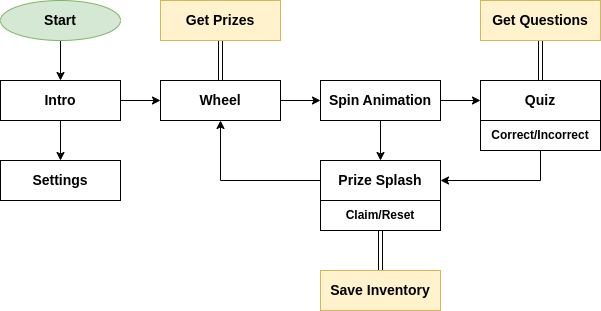
amusnet-wheel/amusnet-wheel.github.io keeps this draw.io diagram as prize-wheel.drawio.png. Above is the earlier version. Source tidied: cells renumbered, new cells last; positions are measured from the earlier drawing's top-left corner, leaving out a move shared by most shapes.
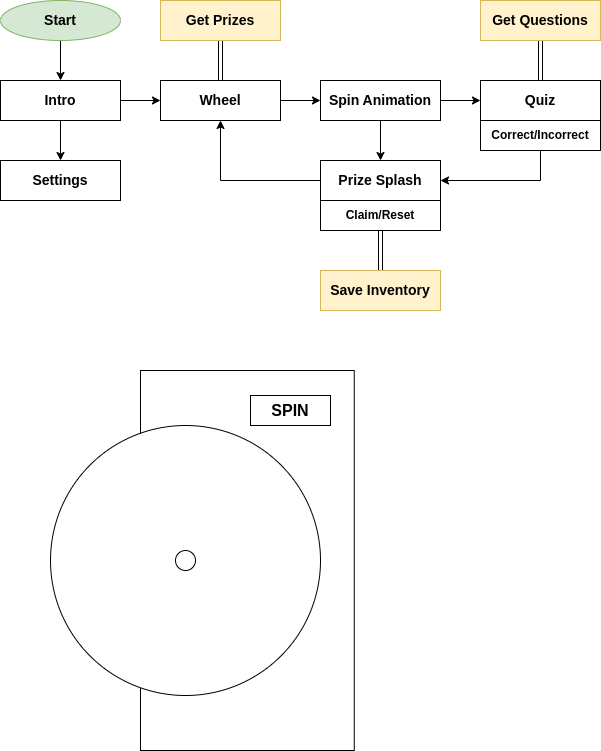
The same file after the commit.

Commit message:
calculate winning sector

The edit, as a diff of the source:
```diff
@@ -71,5 +71,17 @@
     <mxCell id="24" value="Start" style="ellipse;whiteSpace=wrap;html=1;fontSize=14;fontStyle=1;fillColor=#d5e8d4;strokeColor=#82b366;" parent="1" vertex="1">
       <mxGeometry width="120" height="40" as="geometry" />
     </mxCell>
+    <mxCell id="25" style="rounded=0;whiteSpace=wrap;html=1;" parent="1" vertex="1">
+      <mxGeometry x="140" y="370" width="213.8" height="380" as="geometry" />
+    </mxCell>
+    <mxCell id="26" style="ellipse;whiteSpace=wrap;html=1;" parent="1" vertex="1">
+      <mxGeometry x="50" y="425" width="270" height="270" as="geometry" />
+    </mxCell>
+    <mxCell id="27" value="SPIN" style="rounded=0;whiteSpace=wrap;html=1;fontSize=16;fontStyle=1;" parent="1" vertex="1">
+      <mxGeometry x="250" y="395" width="80" height="30" as="geometry" />
+    </mxCell>
+    <mxCell id="28" style="ellipse;whiteSpace=wrap;html=1;" parent="1" vertex="1">
+      <mxGeometry x="175" y="550" width="20" height="20" as="geometry" />
+    </mxCell>
   </root>
 </mxGraphModel>
```
